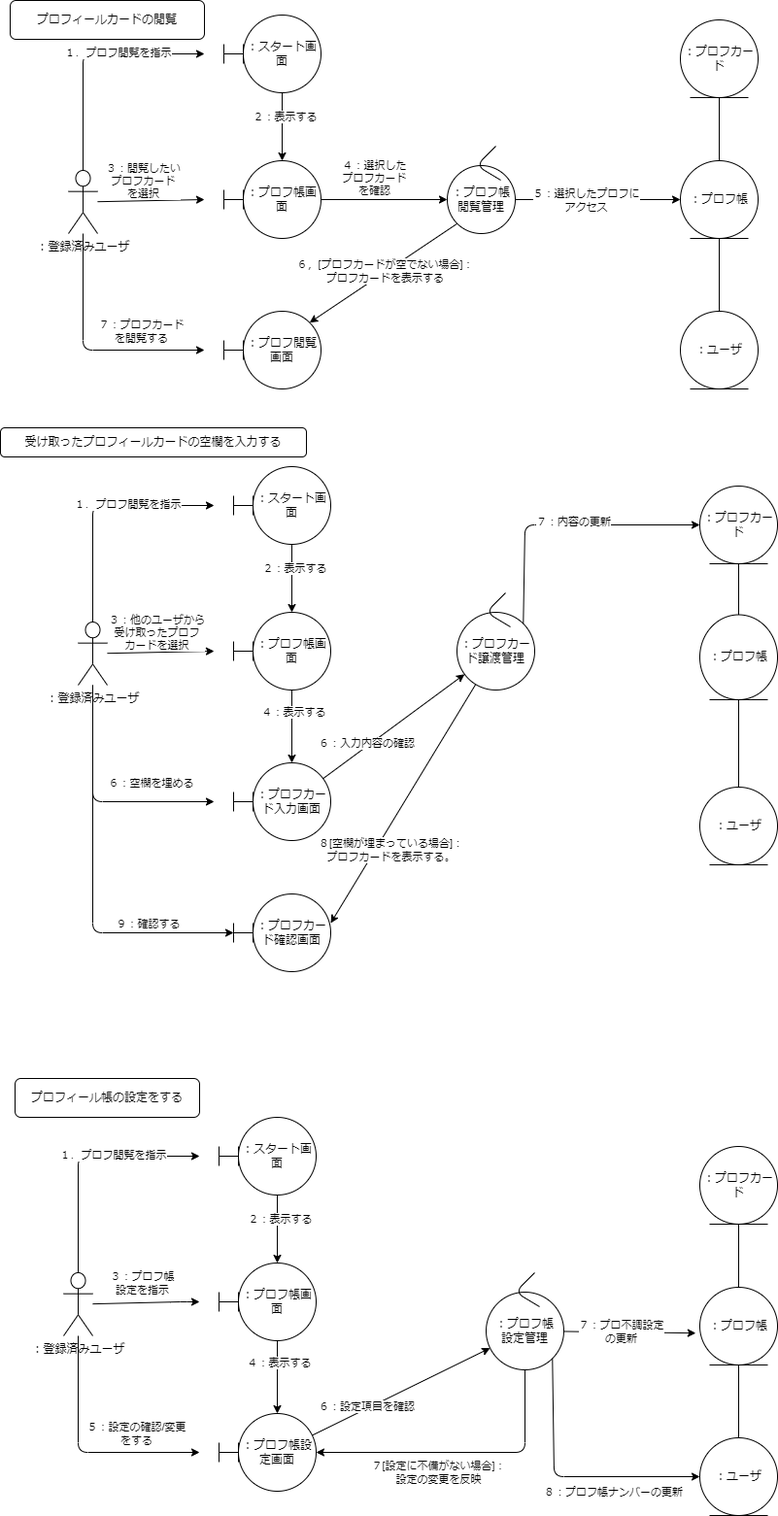
This is commu2.drawio.png from MoritMorit/psp-pro4, a draw.io export, as it was before one commit. Source tidied: cells renumbered, new cells last; positions are measured from the earlier drawing's top-left corner, leaving out a move shared by most shapes.
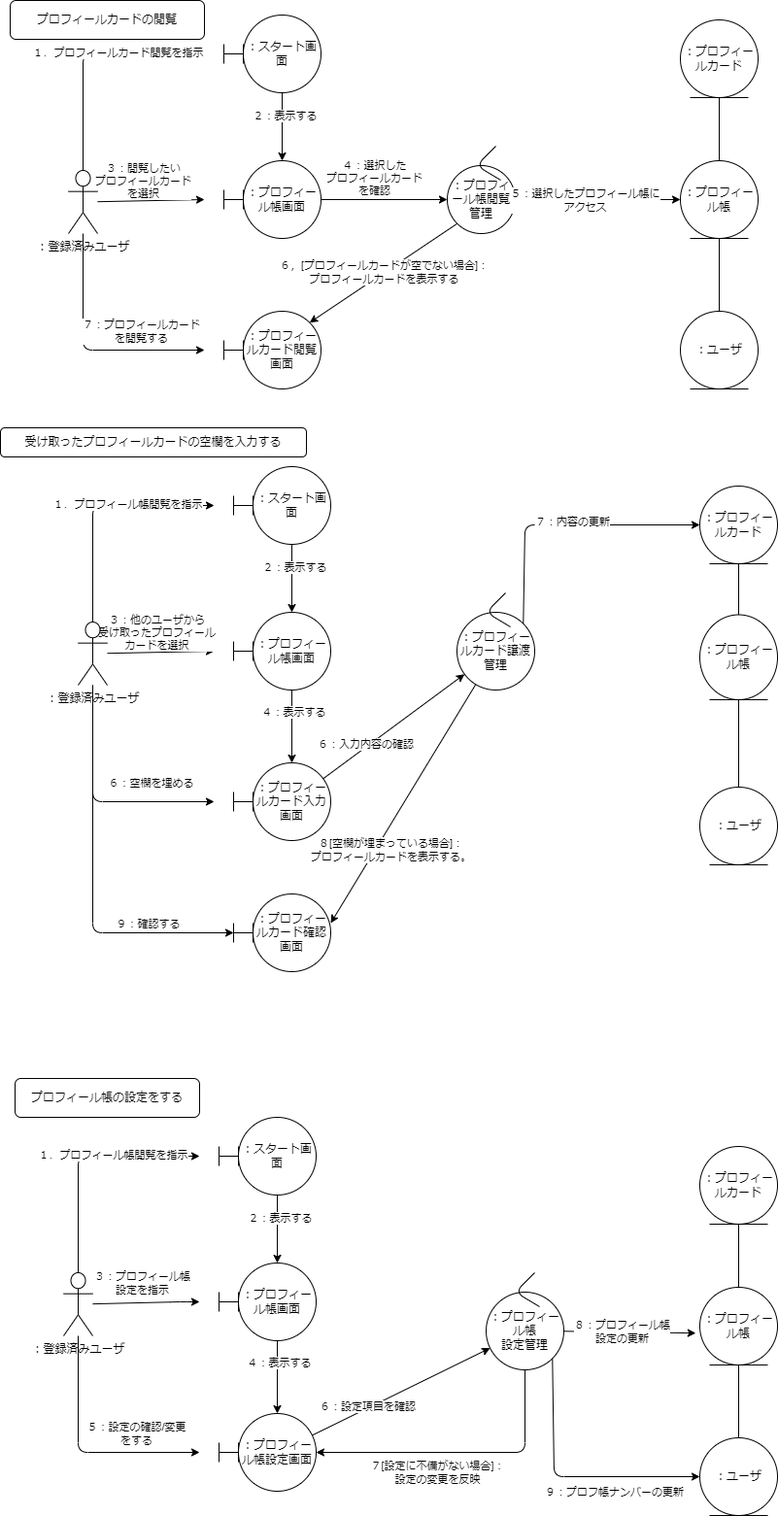
Above is the later version.

What changed in the source:
```diff
@@ -10,7 +10,7 @@
         </Array>
       </mxGeometry>
     </mxCell>
-    <mxCell id="3" value="１．プロフ閲覧を指示" style="edgeLabel;html=1;align=center;verticalAlign=middle;" parent="2" vertex="1">
+    <mxCell id="3" value="１．プロフィールカード閲覧を指示" style="edgeLabel;html=1;align=center;verticalAlign=middle;" parent="2" vertex="1">
       <mxGeometry x="0.26" y="2" relative="1" as="geometry">
         <mxPoint x="1" as="offset" />
       </mxGeometry>
@@ -20,7 +20,7 @@
         <mxPoint x="210" y="205" as="targetPoint" />
       </mxGeometry>
     </mxCell>
-    <mxCell id="5" value="３：閲覧したい&lt;br&gt;プロフカード&lt;br&gt;を選択" style="edgeLabel;html=1;align=center;verticalAlign=middle;" parent="4" vertex="1">
+    <mxCell id="5" value="３：閲覧したい&lt;br&gt;プロフィールカード&lt;br&gt;を選択" style="edgeLabel;html=1;align=center;verticalAlign=middle;" parent="4" vertex="1">
       <mxGeometry x="-0.45" y="-3" relative="1" as="geometry">
         <mxPoint x="16" y="-24" as="offset" />
       </mxGeometry>
@@ -33,7 +33,7 @@
         </Array>
       </mxGeometry>
     </mxCell>
-    <mxCell id="7" value="７：プロフカード&lt;br&gt;を閲覧する" style="edgeLabel;html=1;align=center;verticalAlign=middle;" parent="6" vertex="1">
+    <mxCell id="7" value="７：プロフィールカード&lt;br&gt;を閲覧する" style="edgeLabel;html=1;align=center;verticalAlign=middle;" parent="6" vertex="1">
       <mxGeometry x="0.27" relative="1" as="geometry">
         <mxPoint x="23" y="-20" as="offset" />
       </mxGeometry>
@@ -53,7 +53,7 @@
     <mxCell id="12" style="edgeStyle=none;html=1;exitX=0;exitY=1;exitDx=0;exitDy=0;entryX=1;entryY=0;entryDx=0;entryDy=0;" parent="1" edge="1" source="22" target="19">
       <mxGeometry relative="1" as="geometry" />
     </mxCell>
-    <mxCell id="13" value="６，[プロフカードが空でない場合]：&lt;br&gt;プロフカードを表示する" style="edgeLabel;html=1;align=center;verticalAlign=middle;" parent="12" vertex="1">
+    <mxCell id="13" value="６，[プロフィールカードが空でない場合]：&lt;br&gt;プロフィールカードを表示する" style="edgeLabel;html=1;align=center;verticalAlign=middle;" parent="12" vertex="1">
       <mxGeometry x="0.29" relative="1" as="geometry">
         <mxPoint x="23" y="-17" as="offset" />
       </mxGeometry>
@@ -61,12 +61,12 @@
     <mxCell id="14" style="edgeStyle=none;html=1;entryX=0;entryY=0.5;entryDx=0;entryDy=0;" parent="1" edge="1" source="16" target="22">
       <mxGeometry relative="1" as="geometry" />
     </mxCell>
-    <mxCell id="15" value="４：選択した&lt;br&gt;プロフカード&lt;br&gt;を確認" style="edgeLabel;html=1;align=center;verticalAlign=middle;" parent="14" vertex="1">
+    <mxCell id="15" value="４：選択した&lt;br&gt;プロフィールカード&lt;br&gt;を確認" style="edgeLabel;html=1;align=center;verticalAlign=middle;" parent="14" vertex="1">
       <mxGeometry x="-0.28" y="-1" relative="1" as="geometry">
         <mxPoint x="7" y="-24" as="offset" />
       </mxGeometry>
     </mxCell>
-    <mxCell id="16" value="：プロフ帳画面" style="ellipse;whiteSpace=wrap;html=1;" parent="1" vertex="1">
+    <mxCell id="16" value="：プロフィール帳画面" style="ellipse;whiteSpace=wrap;html=1;" parent="1" vertex="1">
       <mxGeometry x="250" y="165" width="80" height="80" as="geometry" />
     </mxCell>
     <mxCell id="17" style="shape=crossbar;whiteSpace=wrap;html=1;rounded=1;" parent="1" vertex="1">
@@ -75,7 +75,7 @@
     <mxCell id="18" style="shape=crossbar;whiteSpace=wrap;html=1;rounded=1;" parent="1" vertex="1">
       <mxGeometry x="230" y="195" width="20" height="20" as="geometry" />
     </mxCell>
-    <mxCell id="19" value="：プロフ閲覧画面" style="ellipse;whiteSpace=wrap;html=1;" parent="1" vertex="1">
+    <mxCell id="19" value="：プロフィールカード閲覧画面" style="ellipse;whiteSpace=wrap;html=1;" parent="1" vertex="1">
       <mxGeometry x="250" y="320" width="80" height="80" as="geometry" />
     </mxCell>
     <mxCell id="20" style="shape=crossbar;whiteSpace=wrap;html=1;rounded=1;" parent="1" vertex="1">
@@ -84,7 +84,7 @@
     <mxCell id="21" style="group;" parent="1" vertex="1">
       <mxGeometry x="460" y="170" width="70" height="70" as="geometry" />
     </mxCell>
-    <mxCell id="22" value="：プロフ帳閲覧管理" style="ellipse;whiteSpace=wrap;html=1;" parent="21" vertex="1">
+    <mxCell id="22" value="：プロフィール帳閲覧管理" style="ellipse;whiteSpace=wrap;html=1;" parent="21" vertex="1">
       <mxGeometry width="70" height="70" as="geometry" />
     </mxCell>
     <mxCell id="23" style="endArrow=none;html=1;" parent="21" edge="1">
@@ -104,7 +104,7 @@
         </Array>
       </mxGeometry>
     </mxCell>
-    <mxCell id="25" value="１．プロフ閲覧を指示" style="edgeLabel;html=1;align=center;verticalAlign=middle;" parent="24" vertex="1">
+    <mxCell id="25" value="１．プロフィール帳閲覧を指示" style="edgeLabel;html=1;align=center;verticalAlign=middle;" parent="24" vertex="1">
       <mxGeometry x="0.26" y="2" relative="1" as="geometry">
         <mxPoint x="1" as="offset" />
       </mxGeometry>
@@ -114,7 +114,7 @@
         <mxPoint x="220" y="670" as="targetPoint" />
       </mxGeometry>
     </mxCell>
-    <mxCell id="27" value="３：他のユーザから&lt;br&gt;受け取ったプロフ&lt;br&gt;カードを選択" style="edgeLabel;html=1;align=center;verticalAlign=middle;" parent="26" vertex="1">
+    <mxCell id="27" value="３：他のユーザから&lt;br&gt;受け取ったプロフィール&lt;br&gt;カードを選択" style="edgeLabel;html=1;align=center;verticalAlign=middle;" parent="26" vertex="1">
       <mxGeometry x="-0.45" y="-3" relative="1" as="geometry">
         <mxPoint x="20" y="-24" as="offset" />
       </mxGeometry>
@@ -161,7 +161,7 @@
     <mxCell id="36" value="４：表示する" style="edgeLabel;html=1;align=center;verticalAlign=middle;" parent="35" vertex="1">
       <mxGeometry x="-0.41" y="1" relative="1" as="geometry" />
     </mxCell>
-    <mxCell id="37" value="：プロフ帳画面" style="ellipse;whiteSpace=wrap;html=1;" parent="1" vertex="1">
+    <mxCell id="37" value="：プロフィール帳画面" style="ellipse;whiteSpace=wrap;html=1;" parent="1" vertex="1">
       <mxGeometry x="260" y="630" width="80" height="80" as="geometry" />
     </mxCell>
     <mxCell id="38" style="shape=crossbar;whiteSpace=wrap;html=1;rounded=1;" parent="1" vertex="1">
@@ -176,7 +176,7 @@
     <mxCell id="41" value="６：入力内容の確認" style="edgeLabel;html=1;align=center;verticalAlign=middle;" parent="40" vertex="1">
       <mxGeometry x="-0.37" y="3" relative="1" as="geometry" />
     </mxCell>
-    <mxCell id="42" value="：プロフカード入力画面" style="ellipse;whiteSpace=wrap;html=1;" parent="1" vertex="1">
+    <mxCell id="42" value="：プロフィールカード入力画面" style="ellipse;whiteSpace=wrap;html=1;" parent="1" vertex="1">
       <mxGeometry x="260" y="785" width="80" height="80" as="geometry" />
     </mxCell>
     <mxCell id="43" style="shape=crossbar;whiteSpace=wrap;html=1;rounded=1;" parent="1" vertex="1">
@@ -185,7 +185,7 @@
     <mxCell id="44" style="group;" parent="1" vertex="1">
       <mxGeometry x="470" y="630" width="80" height="80" as="geometry" />
     </mxCell>
-    <mxCell id="45" value="：プロフカード譲渡管理" style="ellipse;whiteSpace=wrap;html=1;" parent="44" vertex="1">
+    <mxCell id="45" value="：プロフィールカード譲渡管理" style="ellipse;whiteSpace=wrap;html=1;" parent="44" vertex="1">
       <mxGeometry width="80" height="80" as="geometry" />
     </mxCell>
     <mxCell id="46" style="endArrow=none;html=1;" parent="44" edge="1">
@@ -208,7 +208,7 @@
         </Array>
       </mxGeometry>
     </mxCell>
-    <mxCell id="49" value="１．プロフ閲覧を指示" style="edgeLabel;html=1;align=center;verticalAlign=middle;" parent="48" vertex="1">
+    <mxCell id="49" value="１．プロフィール帳閲覧を指示" style="edgeLabel;html=1;align=center;verticalAlign=middle;" parent="48" vertex="1">
       <mxGeometry x="0.26" y="2" relative="1" as="geometry">
         <mxPoint x="1" as="offset" />
       </mxGeometry>
@@ -221,7 +221,7 @@
         </Array>
       </mxGeometry>
     </mxCell>
-    <mxCell id="51" value="３：プロフ帳&lt;br&gt;設定を指示" style="edgeLabel;html=1;align=center;verticalAlign=middle;" parent="50" vertex="1">
+    <mxCell id="51" value="３：プロフィール帳&lt;br&gt;設定を指示" style="edgeLabel;html=1;align=center;verticalAlign=middle;" parent="50" vertex="1">
       <mxGeometry x="-0.45" y="-3" relative="1" as="geometry">
         <mxPoint x="20" y="-24" as="offset" />
       </mxGeometry>
@@ -256,7 +256,7 @@
     <mxCell id="58" value="４：表示する" style="edgeLabel;html=1;align=center;verticalAlign=middle;" parent="57" vertex="1">
       <mxGeometry x="-0.41" y="1" relative="1" as="geometry" />
     </mxCell>
-    <mxCell id="59" value="：プロフ帳画面" style="ellipse;whiteSpace=wrap;html=1;" parent="1" vertex="1">
+    <mxCell id="59" value="：プロフィール帳画面" style="ellipse;whiteSpace=wrap;html=1;" parent="1" vertex="1">
       <mxGeometry x="245" y="1300" width="80" height="80" as="geometry" />
     </mxCell>
     <mxCell id="60" style="shape=crossbar;whiteSpace=wrap;html=1;rounded=1;" parent="1" vertex="1">
@@ -276,7 +276,7 @@
     <mxCell id="64" value="６：設定項目を確認" style="edgeLabel;html=1;align=center;verticalAlign=middle;" parent="62" vertex="1">
       <mxGeometry x="-0.38" y="2" relative="1" as="geometry" />
     </mxCell>
-    <mxCell id="65" value="：プロフ帳設定画面" style="ellipse;whiteSpace=wrap;html=1;" parent="1" vertex="1">
+    <mxCell id="65" value="：プロフィール帳設定画面" style="ellipse;whiteSpace=wrap;html=1;" parent="1" vertex="1">
       <mxGeometry x="245" y="1455" width="80" height="80" as="geometry" />
     </mxCell>
     <mxCell id="66" style="shape=crossbar;whiteSpace=wrap;html=1;rounded=1;" parent="1" vertex="1">
@@ -285,7 +285,7 @@
     <mxCell id="67" style="group;" parent="1" vertex="1">
       <mxGeometry x="500" y="1330" width="80" height="80" as="geometry" />
     </mxCell>
-    <mxCell id="68" value="：プロフ帳&lt;br&gt;設定管理" style="ellipse;whiteSpace=wrap;html=1;" parent="67" vertex="1">
+    <mxCell id="68" value="：プロフィール帳&lt;br&gt;設定管理" style="ellipse;whiteSpace=wrap;html=1;" parent="67" vertex="1">
       <mxGeometry width="80" height="80" as="geometry" />
     </mxCell>
     <mxCell id="69" style="endArrow=none;html=1;" parent="67" edge="1">
@@ -309,7 +309,7 @@
     <mxCell id="73" value="プロフィールカードの閲覧" style="rounded=1;whiteSpace=wrap;html=1;" parent="1" vertex="1">
       <mxGeometry x="10" width="200" height="40" as="geometry" />
     </mxCell>
-    <mxCell id="74" value="：プロフカード確認画面" style="ellipse;whiteSpace=wrap;html=1;" parent="1" vertex="1">
+    <mxCell id="74" value="：プロフィールカード確認画面" style="ellipse;whiteSpace=wrap;html=1;" parent="1" vertex="1">
       <mxGeometry x="260" y="920" width="80" height="80" as="geometry" />
     </mxCell>
     <mxCell id="75" style="shape=crossbar;whiteSpace=wrap;html=1;rounded=1;" parent="1" vertex="1">
@@ -318,7 +318,7 @@
     <mxCell id="76" style="edgeStyle=none;html=1;entryX=1;entryY=0.375;entryDx=0;entryDy=0;entryPerimeter=0;" parent="1" edge="1" source="45" target="74">
       <mxGeometry relative="1" as="geometry" />
     </mxCell>
-    <mxCell id="77" value="８[空欄が埋まっている場合]：&lt;br&gt;プロフカードを表示する。" style="edgeLabel;html=1;align=center;verticalAlign=middle;" parent="76" vertex="1">
+    <mxCell id="77" value="８[空欄が埋まっている場合]：&lt;br&gt;プロフィールカードを表示する。" style="edgeLabel;html=1;align=center;verticalAlign=middle;" parent="76" vertex="1">
       <mxGeometry x="0.4" y="-3" relative="1" as="geometry">
         <mxPoint x="19" as="offset" />
       </mxGeometry>
@@ -330,10 +330,10 @@
         </Array>
       </mxGeometry>
     </mxCell>
-    <mxCell id="79" value="：プロフカード" style="ellipse;shape=umlEntity;whiteSpace=wrap;html=1;" parent="1" vertex="1">
+    <mxCell id="79" value="：プロフィールカード" style="ellipse;shape=umlEntity;whiteSpace=wrap;html=1;" parent="1" vertex="1">
       <mxGeometry x="700" y="20" width="80" height="80" as="geometry" />
     </mxCell>
-    <mxCell id="80" value="：プロフ帳" style="ellipse;shape=umlEntity;whiteSpace=wrap;html=1;" parent="1" vertex="1">
+    <mxCell id="80" value="：プロフィール帳" style="ellipse;shape=umlEntity;whiteSpace=wrap;html=1;" parent="1" vertex="1">
       <mxGeometry x="700" y="165" width="80" height="80" as="geometry" />
     </mxCell>
     <mxCell id="81" value="：ユーザ" style="ellipse;shape=umlEntity;whiteSpace=wrap;html=1;" parent="1" vertex="1">
@@ -342,7 +342,7 @@
     <mxCell id="82" style="edgeStyle=none;html=1;entryX=0;entryY=0.5;entryDx=0;entryDy=0;" parent="1" edge="1" source="22" target="80">
       <mxGeometry relative="1" as="geometry" />
     </mxCell>
-    <mxCell id="83" value="５：選択したプロフに&lt;br&gt;アクセス" style="edgeLabel;html=1;align=center;verticalAlign=middle;" parent="82" vertex="1">
+    <mxCell id="83" value="５：選択したプロフィール帳に&lt;br&gt;アクセス" style="edgeLabel;html=1;align=center;verticalAlign=middle;" parent="82" vertex="1">
       <mxGeometry x="-0.55" relative="1" as="geometry">
         <mxPoint x="34" as="offset" />
       </mxGeometry>
@@ -353,7 +353,7 @@
     <mxCell id="85" style="endArrow=none;html=1;entryX=0.5;entryY=1;entryDx=0;entryDy=0;exitX=0.5;exitY=0;exitDx=0;exitDy=0;" parent="1" edge="1" source="81" target="80">
       <mxGeometry relative="1" as="geometry" />
     </mxCell>
-    <mxCell id="86" value="：プロフ帳" style="ellipse;shape=umlEntity;whiteSpace=wrap;html=1;" parent="1" vertex="1">
+    <mxCell id="86" value="：プロフィール帳" style="ellipse;shape=umlEntity;whiteSpace=wrap;html=1;" parent="1" vertex="1">
       <mxGeometry x="720" y="632.5" width="80" height="87.5" as="geometry" />
     </mxCell>
     <mxCell id="87" value="：ユーザ" style="ellipse;shape=umlEntity;whiteSpace=wrap;html=1;" parent="1" vertex="1">
@@ -365,13 +365,13 @@
     <mxCell id="89" style="endArrow=none;html=1;entryX=0.5;entryY=1;entryDx=0;entryDy=0;startArrow=none;exitX=0.5;exitY=0;exitDx=0;exitDy=0;" parent="1" edge="1" source="87" target="86">
       <mxGeometry relative="1" as="geometry" />
     </mxCell>
-    <mxCell id="90" value="：プロフカード" style="ellipse;shape=umlEntity;whiteSpace=wrap;html=1;" parent="1" vertex="1">
+    <mxCell id="90" value="：プロフィールカード" style="ellipse;shape=umlEntity;whiteSpace=wrap;html=1;" parent="1" vertex="1">
       <mxGeometry x="720" y="500" width="80" height="80" as="geometry" />
     </mxCell>
-    <mxCell id="91" value="：プロフカード" style="ellipse;shape=umlEntity;whiteSpace=wrap;html=1;" parent="1" vertex="1">
+    <mxCell id="91" value="：プロフィールカード" style="ellipse;shape=umlEntity;whiteSpace=wrap;html=1;" parent="1" vertex="1">
       <mxGeometry x="720" y="1180" width="80" height="80" as="geometry" />
     </mxCell>
-    <mxCell id="92" value="：プロフ帳" style="ellipse;shape=umlEntity;whiteSpace=wrap;html=1;" parent="1" vertex="1">
+    <mxCell id="92" value="：プロフィール帳" style="ellipse;shape=umlEntity;whiteSpace=wrap;html=1;" parent="1" vertex="1">
       <mxGeometry x="720" y="1325" width="80" height="80" as="geometry" />
     </mxCell>
     <mxCell id="93" value="：ユーザ" style="ellipse;shape=umlEntity;whiteSpace=wrap;html=1;" parent="1" vertex="1">
@@ -396,7 +396,7 @@
     <mxCell id="98" style="edgeStyle=none;html=1;entryX=-0.052;entryY=0.59;entryDx=0;entryDy=0;entryPerimeter=0;" parent="1" edge="1" source="68" target="92">
       <mxGeometry relative="1" as="geometry" />
     </mxCell>
-    <mxCell id="99" value="７：プロ不調設定&lt;br&gt;の更新" style="edgeLabel;html=1;align=center;verticalAlign=middle;" parent="98" vertex="1">
+    <mxCell id="99" value="８：プロフィール帳&lt;br&gt;設定の更新" style="edgeLabel;html=1;align=center;verticalAlign=middle;" parent="98" vertex="1">
       <mxGeometry x="-0.61" relative="1" as="geometry">
         <mxPoint x="32" as="offset" />
       </mxGeometry>
@@ -408,7 +408,7 @@
         </Array>
       </mxGeometry>
     </mxCell>
-    <mxCell id="101" value="８：プロフ帳ナンバーの更新" style="edgeLabel;html=1;align=center;verticalAlign=middle;" parent="100" vertex="1">
+    <mxCell id="101" value="９：プロフ帳ナンバーの更新" style="edgeLabel;html=1;align=center;verticalAlign=middle;" parent="100" vertex="1">
       <mxGeometry x="0.21" y="2" relative="1" as="geometry">
         <mxPoint x="18" y="17" as="offset" />
       </mxGeometry>
```
